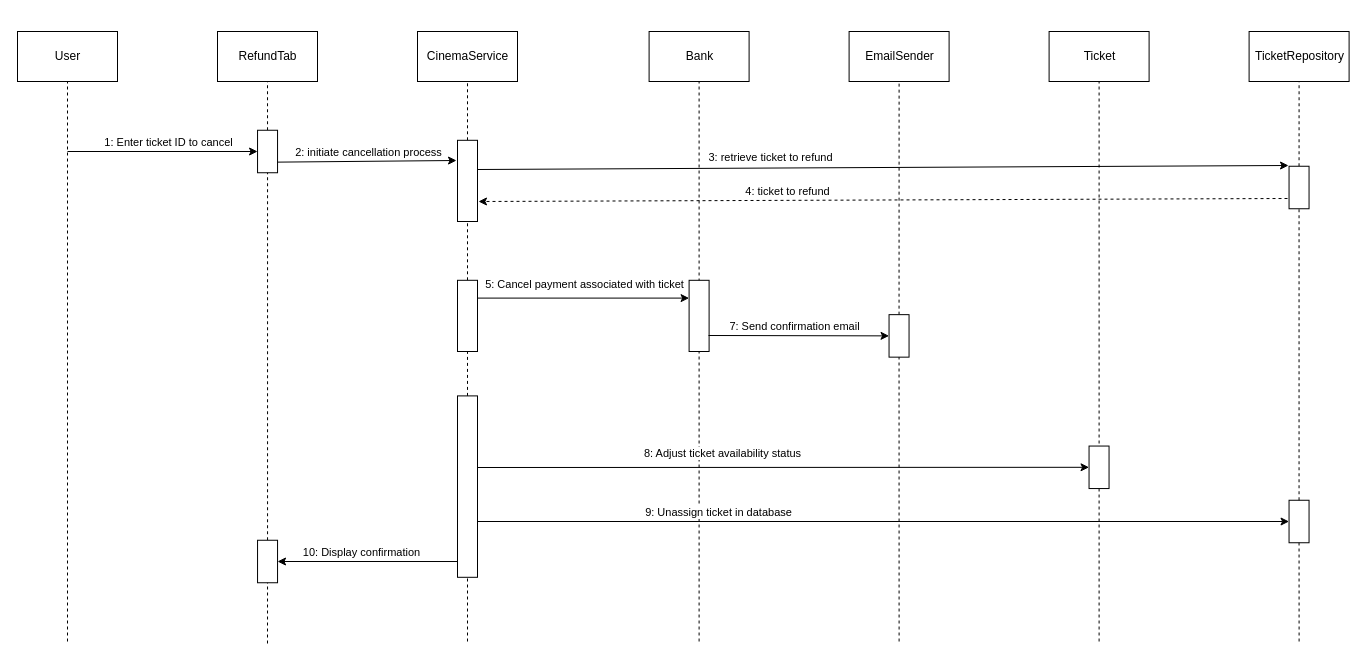
Earlier version of the draw.io diagram page "Sequence - Cancel ticket" (3 of 5) of Diagrams/Diagrams (useCase, activity, seq_cancelTicket, state_ticket, state_showroom).drawio (WillKNguyen/Movie-Theater-Booking-System). Source tidied: cells renumbered, new cells numbered last; positions are measured from the earlier drawing's top-left corner, leaving out a move shared by most shapes. Both pictures are drawn from the tidied source at 100%, with x=0, y=0 at pixel (17, 31).
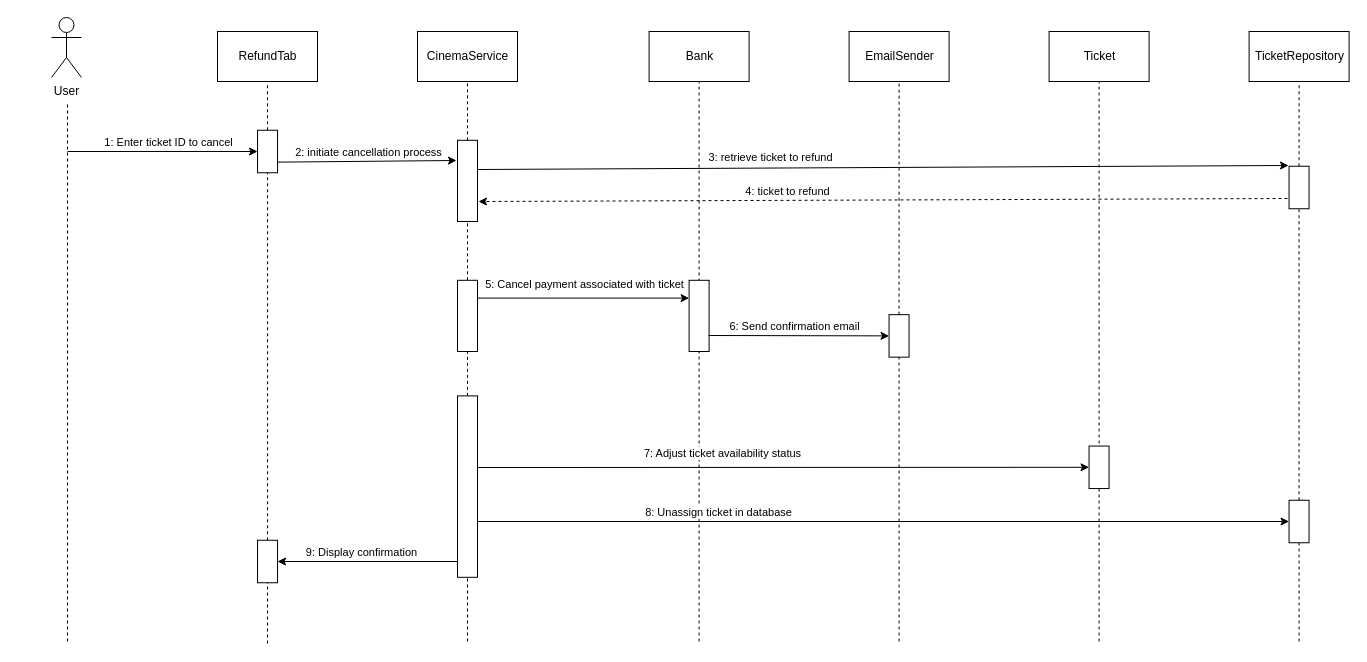
The same diagram, later.

Unchanged cells that the change refers to:
```xml
<mxCell id="31" style="endArrow=classic;html=1;rounded=0;" parent="1" edge="1" target="33">
  <mxGeometry relative="1" as="geometry">
    <mxPoint x="691" y="304" as="sourcePoint" />
  </mxGeometry>
</mxCell>
<mxCell id="37" style="endArrow=classic;html=1;rounded=0;" parent="1" edge="1" target="39">
  <mxGeometry relative="1" as="geometry">
    <mxPoint x="460" y="436" as="sourcePoint" />
  </mxGeometry>
</mxCell>
<mxCell id="40" style="endArrow=classic;html=1;rounded=0;" parent="1" edge="1" target="35">
  <mxGeometry relative="1" as="geometry">
    <mxPoint x="460" y="490" as="sourcePoint" />
  </mxGeometry>
</mxCell>
<mxCell id="42" style="endArrow=classic;html=1;rounded=0;exitX=0.913;exitY=1;exitDx=0;exitDy=0;exitPerimeter=0;" parent="1" edge="1" source="29" target="44">
  <mxGeometry relative="1" as="geometry" />
</mxCell>
```

The edit, as a diff of the source:
```diff
@@
-    <mxCell id="2" value="User" style="html=1;dashed=0;whitespace=wrap;" parent="1" vertex="1">
-      <mxGeometry width="100" height="50" as="geometry" />
-    </mxCell>
@@
-    <mxCell id="6" style="endArrow=none;dashed=1;html=1;rounded=0;" parent="1" edge="1" target="2">
+    <mxCell id="6" style="endArrow=none;dashed=1;html=1;rounded=0;" parent="1" edge="1">
       <mxGeometry relative="1" as="geometry">
         <mxPoint x="50" y="610" as="sourcePoint" />
+        <mxPoint x="50" y="70" as="targetPoint" />
       </mxGeometry>
     </mxCell>
@@
-    <mxCell id="32" value="7: Send confirmation email" style="edgeLabel;html=1;align=center;verticalAlign=middle;" parent="31" vertex="1">
+    <mxCell id="32" value="6: Send confirmation email" style="edgeLabel;html=1;align=center;verticalAlign=middle;" parent="31" vertex="1">
       <mxGeometry x="-0.53" y="2" relative="1" as="geometry">
         <mxPoint x="43" y="-8" as="offset" />
       </mxGeometry>
     </mxCell>
@@
-    <mxCell id="38" value="8: Adjust ticket availability status" style="edgeLabel;html=1;align=center;verticalAlign=middle;" parent="37" vertex="1">
+    <mxCell id="38" value="7: Adjust ticket availability status" style="edgeLabel;html=1;align=center;verticalAlign=middle;" parent="37" vertex="1">
       <mxGeometry x="-0.53" y="2" relative="1" as="geometry">
         <mxPoint x="101" y="-12" as="offset" />
       </mxGeometry>
     </mxCell>
@@
-    <mxCell id="41" value="9: Unassign ticket in database" style="edgeLabel;html=1;align=center;verticalAlign=middle;" parent="40" vertex="1">
+    <mxCell id="41" value="8: Unassign ticket in database" style="edgeLabel;html=1;align=center;verticalAlign=middle;" parent="40" vertex="1">
       <mxGeometry x="-0.53" y="2" relative="1" as="geometry">
         <mxPoint x="49" y="-8" as="offset" />
       </mxGeometry>
     </mxCell>
@@
-    <mxCell id="43" value="10: Display confirmation" style="edgeLabel;html=1;align=center;verticalAlign=middle;" parent="42" vertex="1">
+    <mxCell id="43" value="9: Display confirmation" style="edgeLabel;html=1;align=center;verticalAlign=middle;" parent="42" vertex="1">
       <mxGeometry x="-0.53" y="2" relative="1" as="geometry">
         <mxPoint x="-54" y="-12" as="offset" />
       </mxGeometry>
     </mxCell>
@@
+    <mxCell id="2" value="User" style="shape=umlActor;verticalLabelPosition=bottom;verticalAlign=top;html=1;outlineConnect=0;" parent="1" vertex="1">
+      <mxGeometry x="34" y="-14" width="30" height="60" as="geometry" />
+    </mxCell>
```
